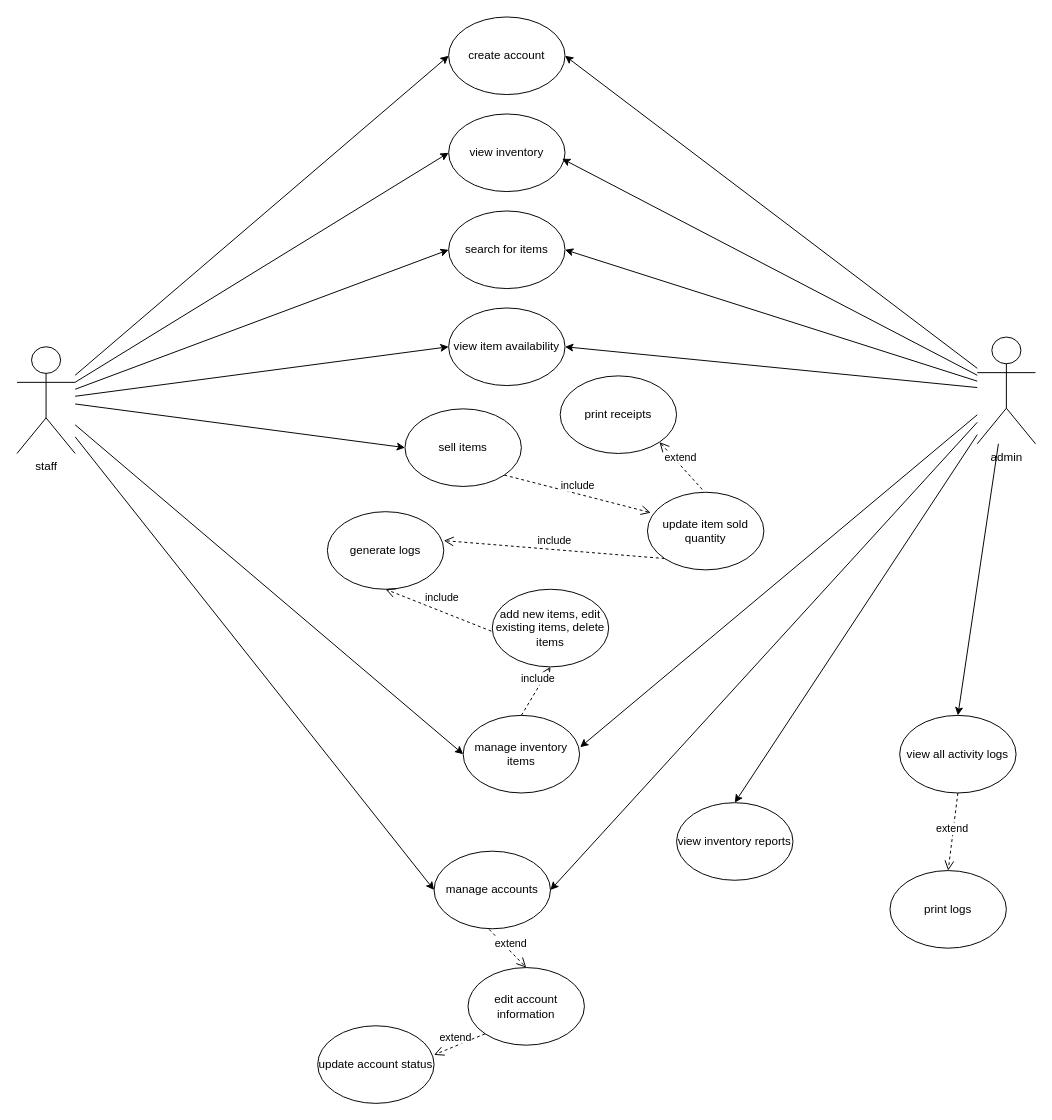
archieamas11/queenz_inventory_system keeps this draw.io diagram as Files/Usecase-diagram.drawio. Above is the earlier version. Source tidied: cells renumbered, new cells numbered last; positions are measured from the earlier drawing's top-left corner, leaving out a move shared by most shapes. Both pictures are drawn from the tidied source at 97%, with x=0, y=0 at pixel (16, 16).
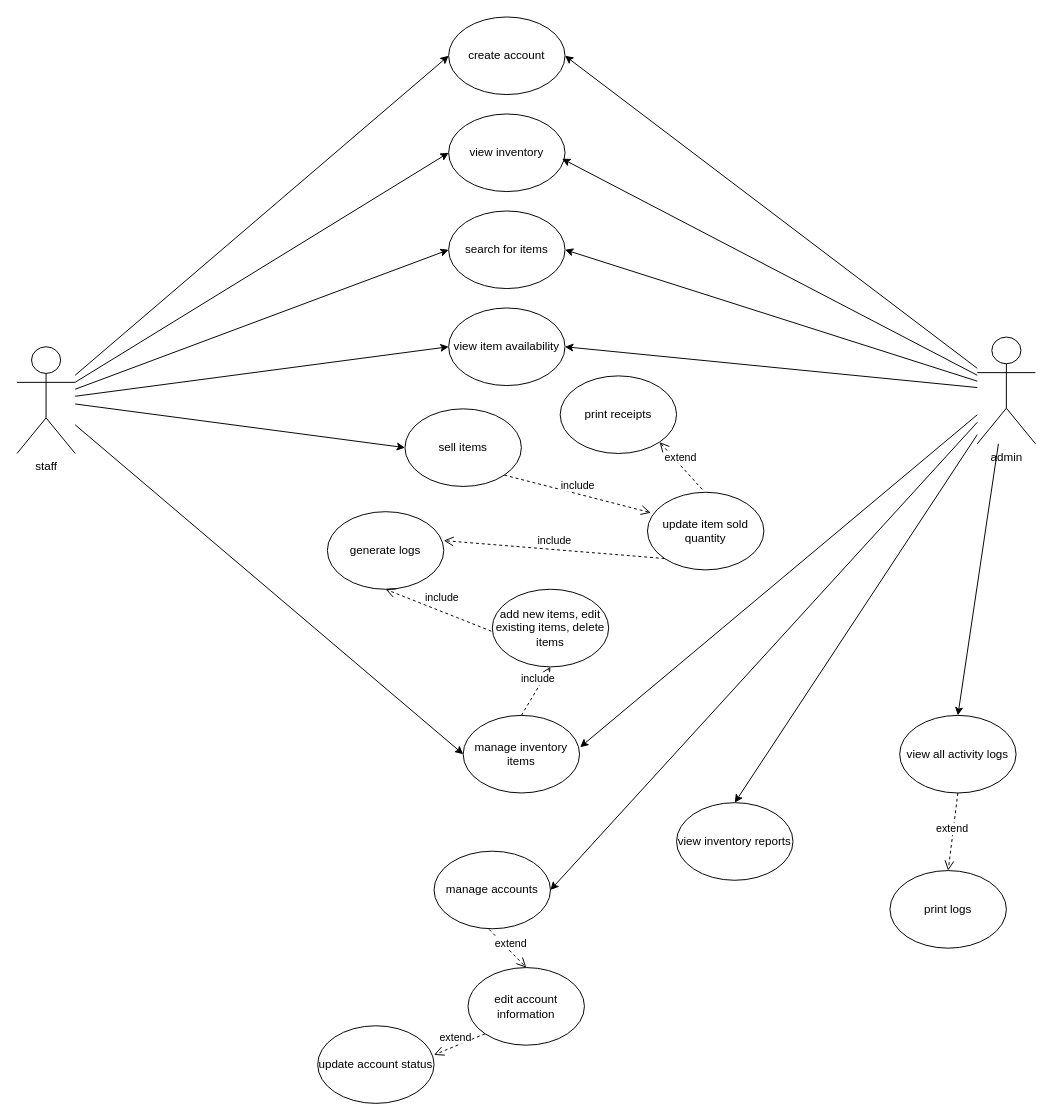
The same page after the edit.

Unchanged cells that the change refers to:
```xml
<mxCell id="9" value="staff" style="shape=umlActor;verticalLabelPosition=bottom;verticalAlign=top;html=1;outlineConnect=0;" parent="1" vertex="1">
  <mxGeometry y="340" width="60" height="110" as="geometry" />
</mxCell>
<mxCell id="35" value="manage accounts" style="ellipse;whiteSpace=wrap;html=1;" parent="1" vertex="1">
  <mxGeometry x="430" y="860" width="120" height="80" as="geometry" />
</mxCell>
```

The edit, as a diff of the source:
```diff
@@
-    <mxCell id="8" style="edgeStyle=none;rounded=0;jettySize=auto;html=1;entryX=0;entryY=0.5;entryDx=0;entryDy=0;" parent="1" edge="1" source="9" target="35">
-      <mxGeometry relative="1" as="geometry" />
-    </mxCell>
```
